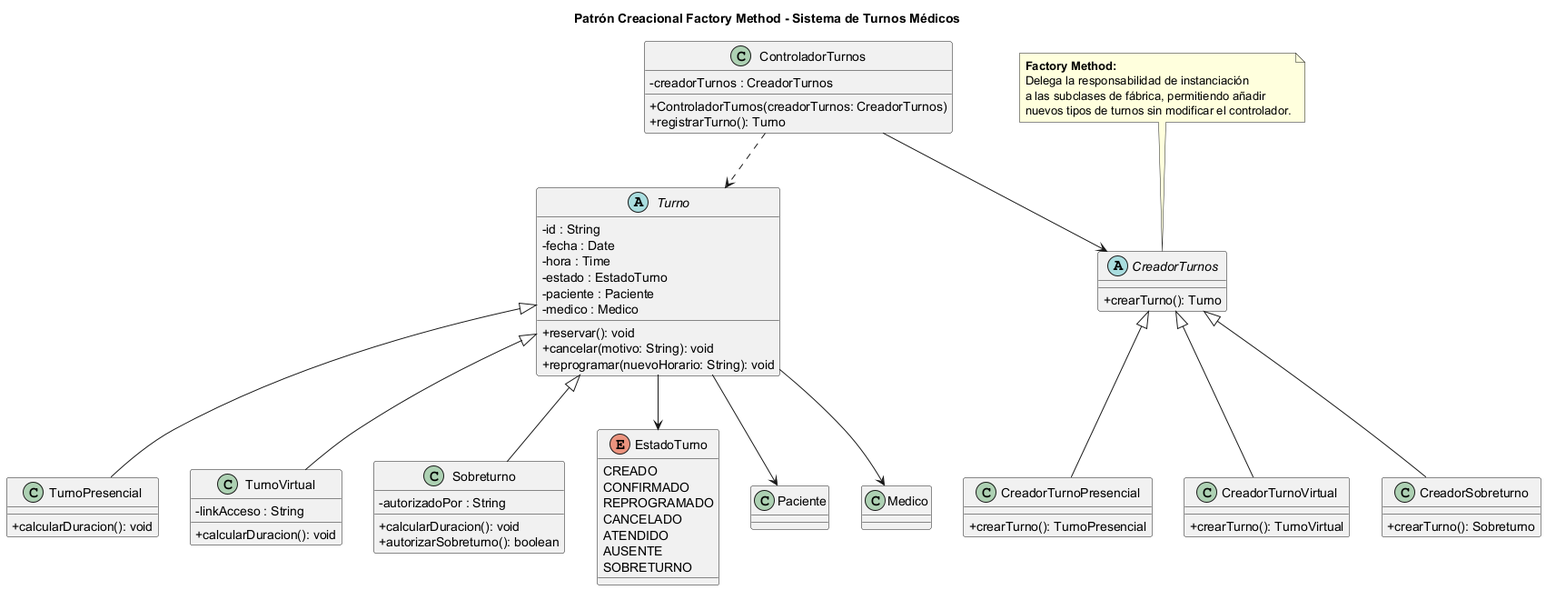
Above: diagramas/01-diagrama-clases/01-patron-creacional-factory.png in Purezaamor/SistemaTurnosMedicos (PlantUML), before the change.
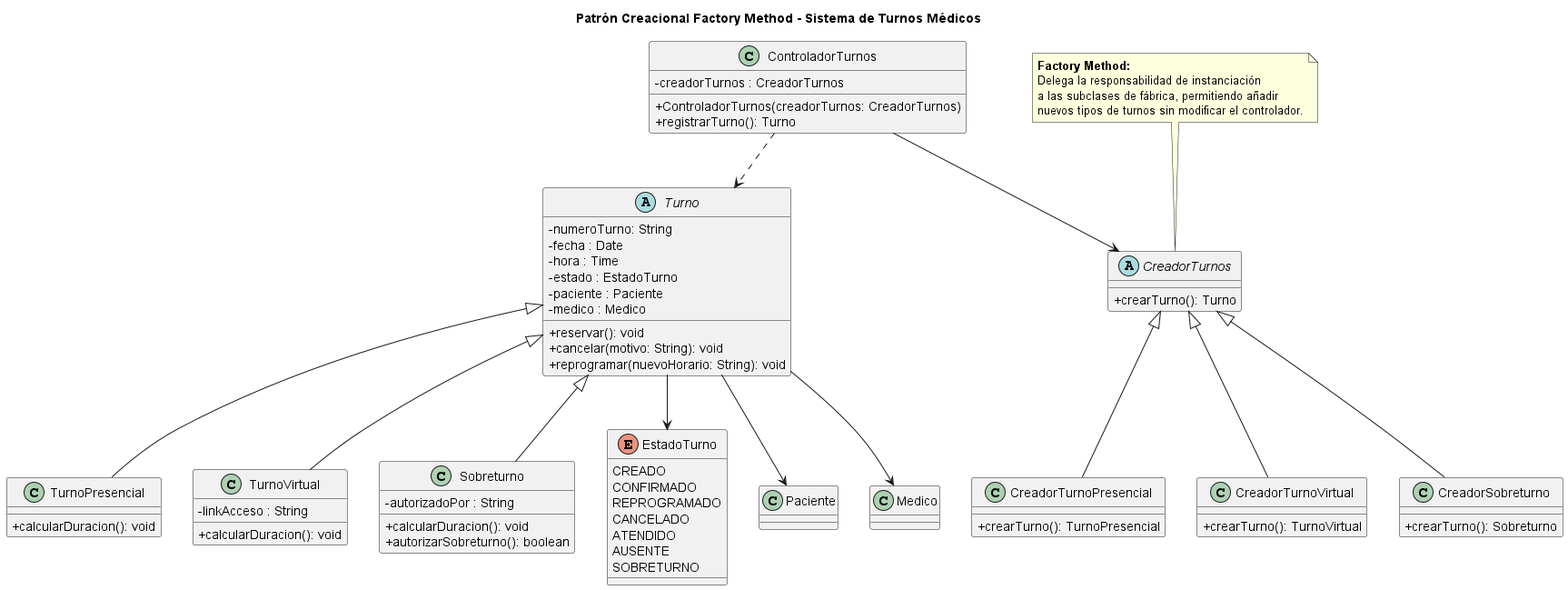
Later version of the same file.

Commit message:
Se resuelven RC en patron-de-diseno-estructural

What changed in the source:
```diff
@@ -4,7 +4,7 @@
 skinparam classAttributeIconSize 0
 
 abstract class Turno {
-  -id : String
+  -numeroTurno: String
   -fecha : Date
   -hora : Time
   -estado : EstadoTurno
```
